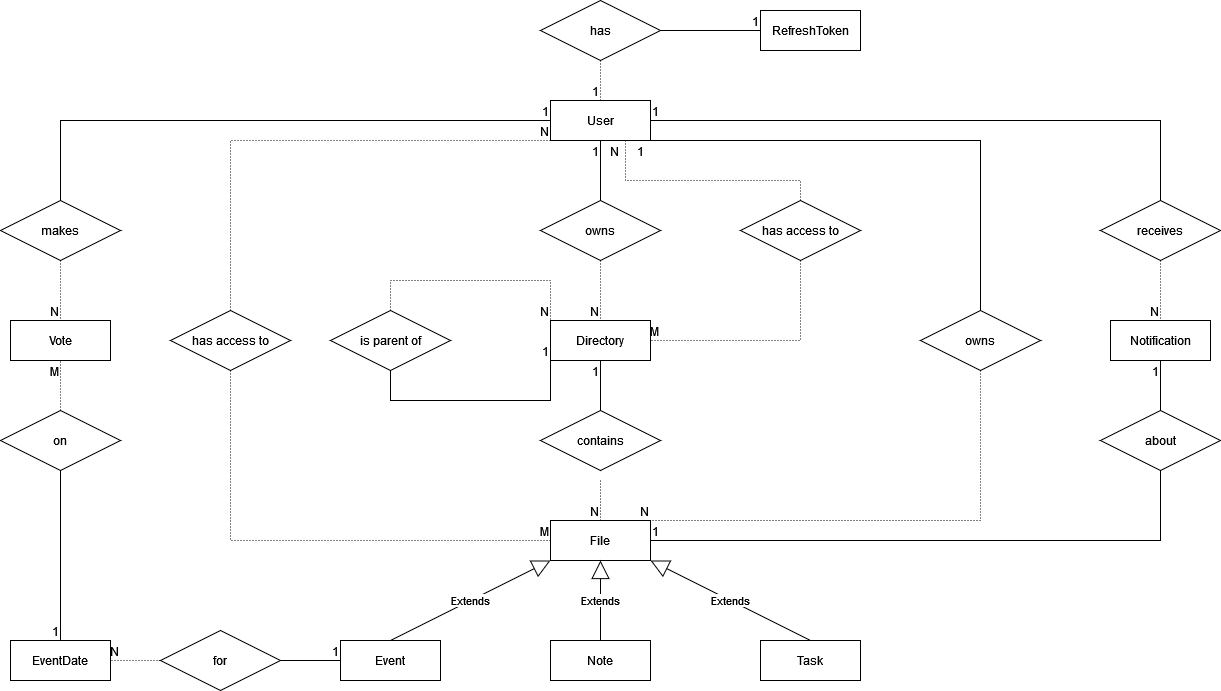
This is single-file/ERD.png from ZofiaLor/inzynier-organizer, a draw.io export, as it was before one commit. Source tidied: cells renumbered, new cells last; positions are measured from the earlier drawing's top-left corner, leaving out a move shared by most shapes.
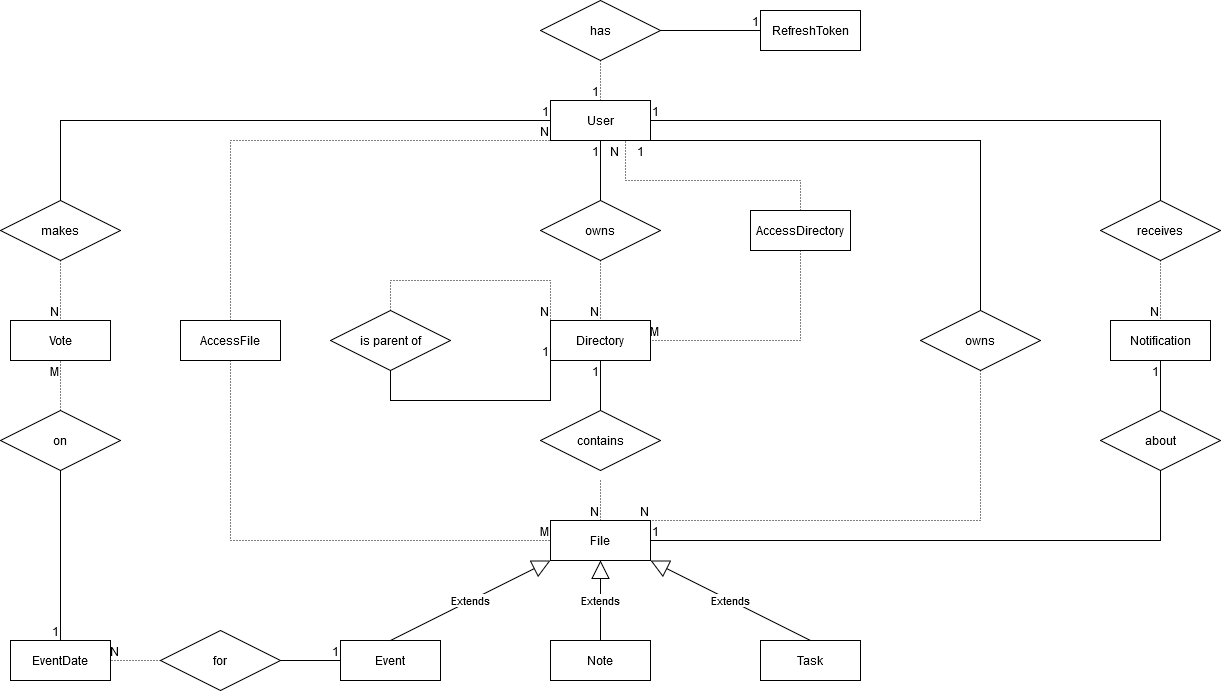
After the commit.

Commit message:
Package diagram, ending

What changed in the source:
```diff
@@ -164,10 +164,7 @@
     <mxCell id="41" value="N" style="html=1;whiteSpace=wrap;align=right;verticalAlign=bottom;" parent="40" vertex="1">
       <mxGeometry x="1" relative="1" as="geometry" />
     </mxCell>
-    <mxCell id="42" value="has access to" style="shape=rhombus;perimeter=rhombusPerimeter;whiteSpace=wrap;html=1;align=center;" parent="1" vertex="1">
-      <mxGeometry x="170" y="310" width="120" height="60" as="geometry" />
-    </mxCell>
-    <mxCell id="43" style="endArrow=none;html=1;rounded=0;dashed=1;dashPattern=1 2;exitX=0.5;exitY=0;exitDx=0;exitDy=0;entryX=0;entryY=1;entryDx=0;entryDy=0;" parent="1" edge="1" source="42" target="7">
+    <mxCell id="43" style="endArrow=none;html=1;rounded=0;dashed=1;dashPattern=1 2;exitX=0.5;exitY=0;exitDx=0;exitDy=0;entryX=0;entryY=1;entryDx=0;entryDy=0;" parent="1" edge="1" source="75" target="7">
       <mxGeometry relative="1" as="geometry">
         <Array as="points">
           <mxPoint x="230" y="140" />
@@ -177,7 +174,7 @@
     <mxCell id="44" value="N" style="html=1;whiteSpace=wrap;align=right;verticalAlign=bottom;" parent="43" vertex="1">
       <mxGeometry x="1" relative="1" as="geometry" />
     </mxCell>
-    <mxCell id="45" style="endArrow=none;html=1;rounded=0;dashed=1;dashPattern=1 2;exitX=0.5;exitY=1;exitDx=0;exitDy=0;entryX=0;entryY=0.5;entryDx=0;entryDy=0;" parent="1" edge="1" source="42" target="15">
+    <mxCell id="45" style="endArrow=none;html=1;rounded=0;dashed=1;dashPattern=1 2;exitX=0.5;exitY=1;exitDx=0;exitDy=0;entryX=0;entryY=0.5;entryDx=0;entryDy=0;" parent="1" edge="1" source="75" target="15">
       <mxGeometry relative="1" as="geometry">
         <Array as="points">
           <mxPoint x="230" y="540" />
@@ -187,10 +184,7 @@
     <mxCell id="46" value="M" style="html=1;whiteSpace=wrap;align=right;verticalAlign=bottom;" parent="45" vertex="1">
       <mxGeometry x="1" relative="1" as="geometry" />
     </mxCell>
-    <mxCell id="47" value="has access to" style="shape=rhombus;perimeter=rhombusPerimeter;whiteSpace=wrap;html=1;align=center;" parent="1" vertex="1">
-      <mxGeometry x="740" y="200" width="120" height="60" as="geometry" />
-    </mxCell>
-    <mxCell id="48" style="endArrow=none;html=1;rounded=0;dashed=1;dashPattern=1 2;exitX=0.5;exitY=0;exitDx=0;exitDy=0;entryX=0.75;entryY=1;entryDx=0;entryDy=0;" parent="1" edge="1" source="47" target="7">
+    <mxCell id="48" style="endArrow=none;html=1;rounded=0;dashed=1;dashPattern=1 2;exitX=0.5;exitY=0;exitDx=0;exitDy=0;entryX=0.75;entryY=1;entryDx=0;entryDy=0;" parent="1" edge="1" source="76" target="7">
       <mxGeometry relative="1" as="geometry">
         <Array as="points">
           <mxPoint x="800" y="180" />
@@ -203,7 +197,7 @@
         <mxPoint x="-5" y="20" as="offset" />
       </mxGeometry>
     </mxCell>
-    <mxCell id="50" style="endArrow=none;html=1;rounded=0;dashed=1;dashPattern=1 2;exitX=0.5;exitY=1;exitDx=0;exitDy=0;entryX=1;entryY=0.5;entryDx=0;entryDy=0;" parent="1" edge="1" source="47" target="8">
+    <mxCell id="50" style="endArrow=none;html=1;rounded=0;dashed=1;dashPattern=1 2;entryX=1;entryY=0.5;entryDx=0;entryDy=0;" parent="1" edge="1" source="76" target="8">
       <mxGeometry relative="1" as="geometry">
         <Array as="points">
           <mxPoint x="800" y="340" />
@@ -298,5 +292,11 @@
     <mxCell id="74" value="1" style="html=1;whiteSpace=wrap;align=right;verticalAlign=bottom;" parent="73" vertex="1">
       <mxGeometry x="1" relative="1" as="geometry" />
     </mxCell>
+    <mxCell id="75" value="AccessFile" style="whiteSpace=wrap;html=1;align=center;" parent="1" vertex="1">
+      <mxGeometry x="180" y="320" width="100" height="40" as="geometry" />
+    </mxCell>
+    <mxCell id="76" value="AccessDirectory" style="whiteSpace=wrap;html=1;align=center;" parent="1" vertex="1">
+      <mxGeometry x="750" y="210" width="100" height="40" as="geometry" />
+    </mxCell>
   </root>
 </mxGraphModel>
```
